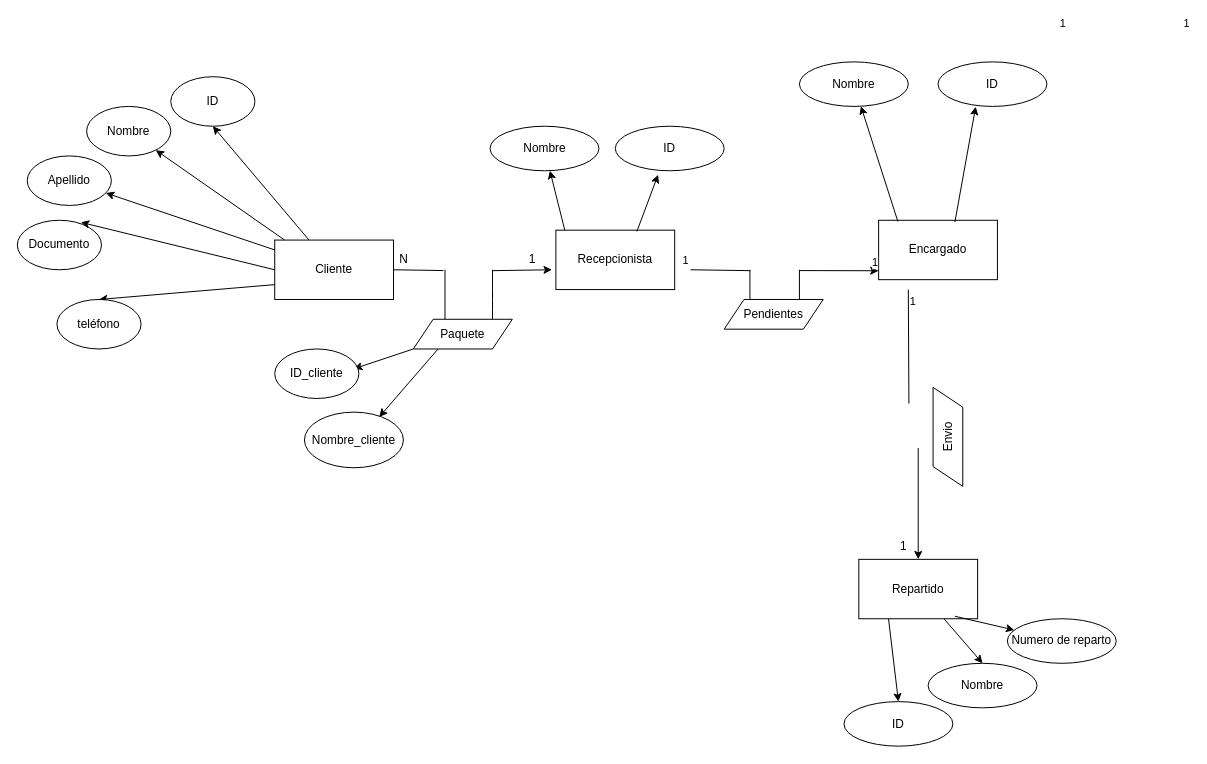
Earlier version of the draw.io diagram Mer/mer.drawio (mateovillaa11/Proyecto_FindeA-o). Source tidied: cells renumbered, new cells numbered last; positions are measured from the earlier drawing's top-left corner, leaving out a move shared by most shapes. Both pictures are drawn from the tidied source at 99%, with x=0, y=0 at pixel (17, 61).
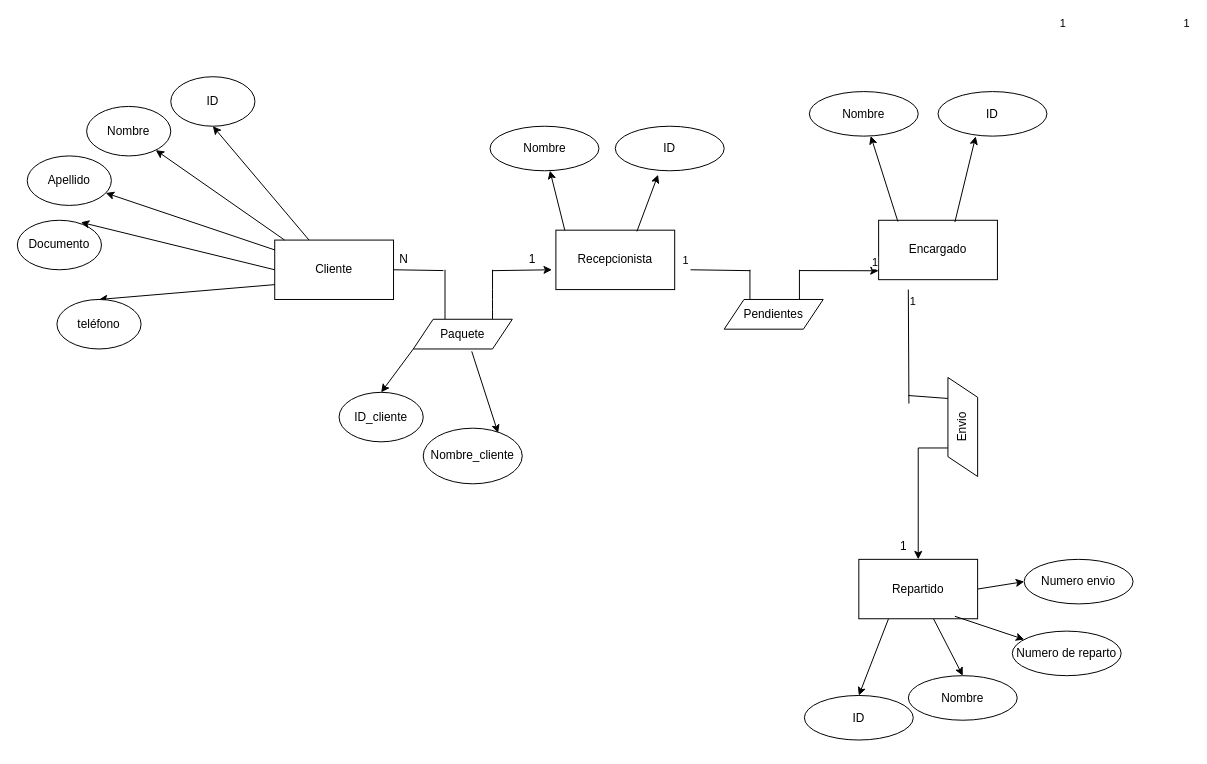
After the change.

Unchanged cells that the change refers to:
```xml
<mxCell id="4" value="Repartido" style="rounded=0;whiteSpace=wrap;html=1;" parent="1" vertex="1">
  <mxGeometry x="850" y="502.5" width="120" height="60" as="geometry" />
</mxCell>
<mxCell id="33" value="Paquete" style="shape=parallelogram;perimeter=parallelogramPerimeter;whiteSpace=wrap;html=1;fixedSize=1;" parent="1" vertex="1">
  <mxGeometry x="400" y="260" width="100" height="30" as="geometry" />
</mxCell>
```

Change to the diagram source:
```diff
@@
+    <mxCell id="53" style="edgeStyle=none;html=1;exitX=1;exitY=0.5;exitDx=0;exitDy=0;entryX=0;entryY=0.5;entryDx=0;entryDy=0;" parent="1" edge="1" source="4" target="56">
+      <mxGeometry relative="1" as="geometry" />
+    </mxCell>
@@
-    <mxCell id="31" style="edgeStyle=none;html=1;exitX=0;exitY=1;exitDx=0;exitDy=0;" parent="1" edge="1" source="33">
-      <mxGeometry relative="1" as="geometry">
-        <mxPoint x="340" y="310" as="targetPoint" />
-      </mxGeometry>
+    <mxCell id="31" style="edgeStyle=none;html=1;exitX=0;exitY=1;exitDx=0;exitDy=0;entryX=0.5;entryY=0;entryDx=0;entryDy=0;" parent="1" edge="1" source="33" target="51">
+      <mxGeometry relative="1" as="geometry" />
     </mxCell>
-    <mxCell id="32" style="edgeStyle=none;html=1;exitX=0.25;exitY=1;exitDx=0;exitDy=0;entryX=0.756;entryY=0.086;entryDx=0;entryDy=0;entryPerimeter=0;" parent="1" edge="1" source="33" target="52">
+    <mxCell id="32" style="edgeStyle=none;html=1;exitX=0.59;exitY=1.081;exitDx=0;exitDy=0;entryX=0.756;entryY=0.086;entryDx=0;entryDy=0;entryPerimeter=0;exitPerimeter=0;" parent="1" edge="1" source="33" target="52">
       <mxGeometry relative="1" as="geometry" />
     </mxCell>
@@
     <mxCell id="38" value="Nombre" style="ellipse;whiteSpace=wrap;html=1;" parent="1" vertex="1">
-      <mxGeometry x="790" width="110" height="45" as="geometry" />
+      <mxGeometry x="800" y="30" width="110" height="45" as="geometry" />
     </mxCell>
@@
     <mxCell id="40" value="ID" style="ellipse;whiteSpace=wrap;html=1;" parent="1" vertex="1">
-      <mxGeometry x="930" width="110" height="45" as="geometry" />
+      <mxGeometry x="930" y="30" width="110" height="45" as="geometry" />
     </mxCell>
@@
     <mxCell id="42" value="Nombre" style="ellipse;whiteSpace=wrap;html=1;" parent="1" vertex="1">
-      <mxGeometry x="920" y="607.5" width="110" height="45" as="geometry" />
+      <mxGeometry x="900" y="620" width="110" height="45" as="geometry" />
     </mxCell>
     <mxCell id="43" value="Numero de reparto" style="ellipse;whiteSpace=wrap;html=1;" parent="1" vertex="1">
-      <mxGeometry x="1000" y="562.5" width="110" height="45" as="geometry" />
+      <mxGeometry x="1005" y="575" width="110" height="45" as="geometry" />
     </mxCell>
@@
     <mxCell id="48" value="ID" style="ellipse;whiteSpace=wrap;html=1;" parent="1" vertex="1">
-      <mxGeometry x="835" y="646.2" width="110" height="45" as="geometry" />
+      <mxGeometry x="795" y="640" width="110" height="45" as="geometry" />
     </mxCell>
@@
     <mxCell id="50" value="Envio" style="shape=parallelogram;perimeter=parallelogramPerimeter;whiteSpace=wrap;html=1;fixedSize=1;rotation=-90;" parent="1" vertex="1">
-      <mxGeometry x="890" y="363.8" width="100" height="30" as="geometry" />
+      <mxGeometry x="905" y="353.8" width="100" height="30" as="geometry" />
     </mxCell>
     <mxCell id="51" value="ID_cliente" style="ellipse;whiteSpace=wrap;html=1;" parent="1" vertex="1">
-      <mxGeometry x="260" y="290" width="85" height="50" as="geometry" />
+      <mxGeometry x="325" y="333.8" width="85" height="50" as="geometry" />
     </mxCell>
     <mxCell id="52" value="Nombre_cliente" style="ellipse;whiteSpace=wrap;html=1;" parent="1" vertex="1">
-      <mxGeometry x="290" y="353.8" width="100" height="56.2" as="geometry" />
+      <mxGeometry x="410" y="370" width="100" height="56.2" as="geometry" />
     </mxCell>
+    <mxCell id="54" style="endArrow=none;html=1;" parent="1" edge="1">
+      <mxGeometry relative="1" as="geometry">
+        <mxPoint x="900" y="337" as="sourcePoint" />
+        <mxPoint x="940" y="340" as="targetPoint" />
+      </mxGeometry>
+    </mxCell>
+    <mxCell id="55" style="endArrow=none;html=1;" parent="1" edge="1">
+      <mxGeometry relative="1" as="geometry">
+        <mxPoint x="910" y="390" as="sourcePoint" />
+        <mxPoint x="940" y="390" as="targetPoint" />
+      </mxGeometry>
+    </mxCell>
+    <mxCell id="56" value="Numero envio" style="ellipse;whiteSpace=wrap;html=1;" parent="1" vertex="1">
+      <mxGeometry x="1017" y="502.5" width="110" height="45" as="geometry" />
+    </mxCell>
```
